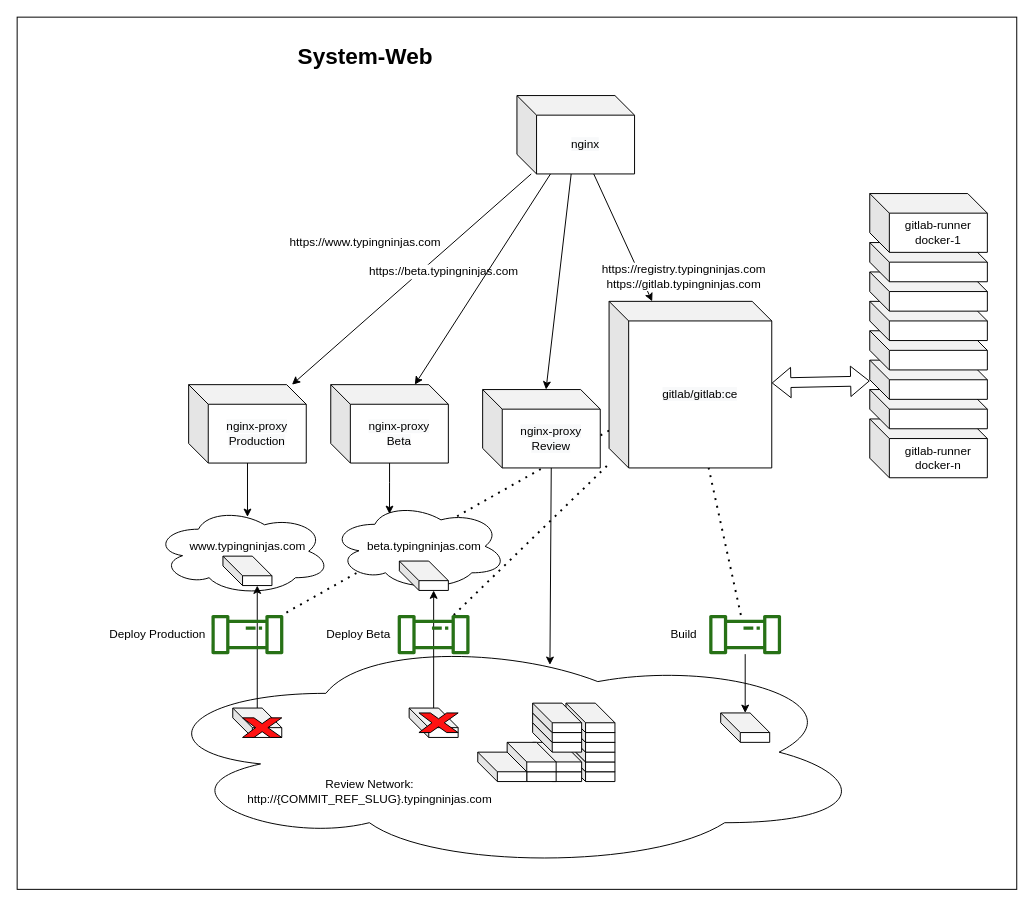
Earlier version of the draw.io diagram overview.drawio (kihyoun/system). Source tidied: cells renumbered, new cells numbered last; positions are measured from the earlier drawing's top-left corner, leaving out a move shared by most shapes. Both pictures are drawn from the tidied source at 98%, with x=0, y=0 at pixel (17, 17).
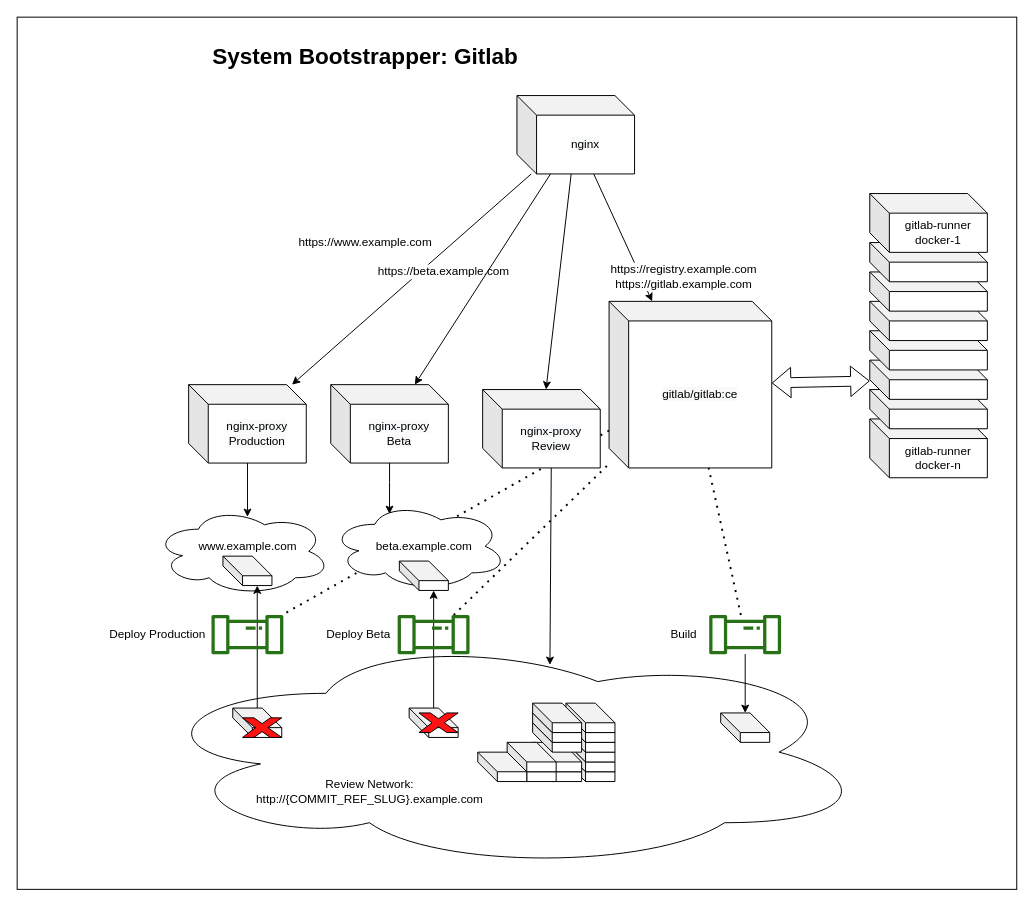
Above is the later version.

The edit, as a diff of the source:
```diff
@@
-    <mxCell id="18" value="https://registry.typingninjas.com&lt;br&gt;https://gitlab.typingninjas.com" style="text;html=1;align=center;verticalAlign=middle;labelBackgroundColor=#ffffff;" parent="1" vertex="1">
-      <mxGeometry x="590" y="250" width="180" height="30" as="geometry" />
+    <mxCell id="18" value="https://registry.example.com&lt;br&gt;https://gitlab.example.com" style="text;html=1;align=center;verticalAlign=middle;labelBackgroundColor=#ffffff;" parent="1" vertex="1">
+      <mxGeometry x="600" y="250" width="160" height="30" as="geometry" />
     </mxCell>
@@
-    <mxCell id="20" value="https://www.typingninjas.com" style="text;html=1;align=center;verticalAlign=middle;labelBackgroundColor=#ffffff;" parent="1" vertex="1">
-      <mxGeometry x="270" y="220" width="170" height="20" as="geometry" />
+    <mxCell id="20" value="https://www.example.com" style="text;html=1;align=center;verticalAlign=middle;labelBackgroundColor=#ffffff;" parent="1" vertex="1">
+      <mxGeometry x="280" y="220" width="150" height="20" as="geometry" />
     </mxCell>
-    <mxCell id="21" value="https://beta.typingninjas.com" style="text;html=1;align=center;verticalAlign=middle;sketch=0;labelBackgroundColor=#ffffff;" parent="1" vertex="1">
-      <mxGeometry x="350" y="250" width="170" height="20" as="geometry" />
+    <mxCell id="21" value="https://beta.example.com" style="text;html=1;align=center;verticalAlign=middle;sketch=0;labelBackgroundColor=#ffffff;" parent="1" vertex="1">
+      <mxGeometry x="360" y="250" width="150" height="20" as="geometry" />
     </mxCell>
@@
-    <mxCell id="24" value="&lt;span&gt;Review Network:&lt;br&gt;http://{COMMIT_REF_SLUG}.typingninjas.com&lt;/span&gt;" style="text;html=1;strokeColor=none;fillColor=none;align=center;verticalAlign=middle;whiteSpace=wrap;rounded=0;labelBackgroundColor=#ffffff;" parent="1" vertex="1">
+    <mxCell id="24" value="&lt;span&gt;Review Network:&lt;br&gt;http://{COMMIT_REF_SLUG}.example.com&lt;/span&gt;" style="text;html=1;strokeColor=none;fillColor=none;align=center;verticalAlign=middle;whiteSpace=wrap;rounded=0;labelBackgroundColor=#ffffff;" parent="1" vertex="1">
       <mxGeometry x="310" y="780" width="100" height="20" as="geometry" />
     </mxCell>
@@
-    <mxCell id="33" value="&lt;span style=&quot;font-size: 23px&quot;&gt;&lt;b&gt;System-Web&lt;/b&gt;&lt;/span&gt;" style="text;html=1;align=center;verticalAlign=middle;" parent="1" vertex="1">
-      <mxGeometry x="280" y="30" width="150" height="20" as="geometry" />
+    <mxCell id="33" value="&lt;span style=&quot;font-size: 23px&quot;&gt;&lt;b&gt;System Bootstrapper: Gitlab&lt;/b&gt;&lt;/span&gt;" style="text;html=1;align=center;verticalAlign=middle;" parent="1" vertex="1">
+      <mxGeometry x="190" y="30" width="330" height="20" as="geometry" />
     </mxCell>
@@
-    <mxCell id="62" value="&lt;span&gt;beta.typingninjas.com&lt;/span&gt;" style="text;html=1;align=center;verticalAlign=middle;" parent="1" vertex="1">
-      <mxGeometry x="350" y="530" width="130" height="20" as="geometry" />
+    <mxCell id="62" value="&lt;span&gt;beta.example.com&lt;/span&gt;" style="text;html=1;align=center;verticalAlign=middle;" parent="1" vertex="1">
+      <mxGeometry x="360" y="530" width="110" height="20" as="geometry" />
     </mxCell>
-    <mxCell id="63" value="&lt;span&gt;www.typingninjas.com&lt;/span&gt;" style="text;html=1;align=center;verticalAlign=middle;" parent="1" vertex="1">
-      <mxGeometry x="170" y="530" width="130" height="20" as="geometry" />
+    <mxCell id="63" value="&lt;span&gt;www.example.com&lt;/span&gt;" style="text;html=1;align=center;verticalAlign=middle;" parent="1" vertex="1">
+      <mxGeometry x="175" y="530" width="120" height="20" as="geometry" />
     </mxCell>
```
